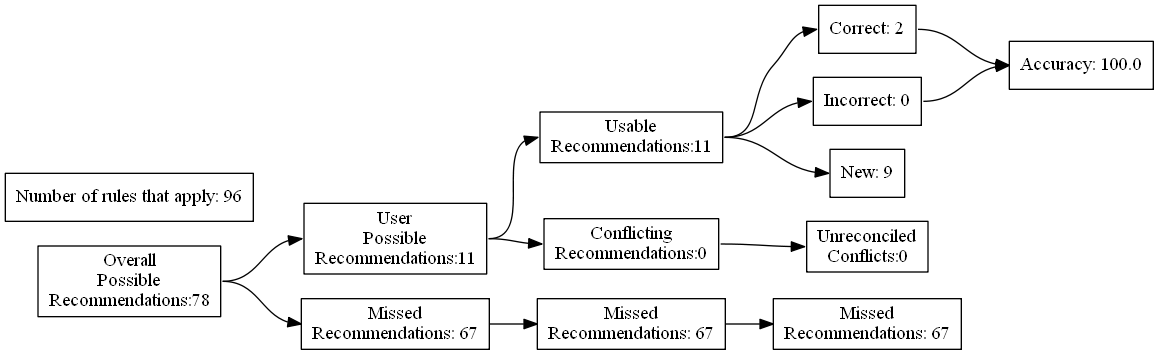
Earlier version of the Graphviz export test_renders/30.gv.png (ZaxR/ibd_diet_analysis). Its source is kept beside it as test_renders/30.gv.
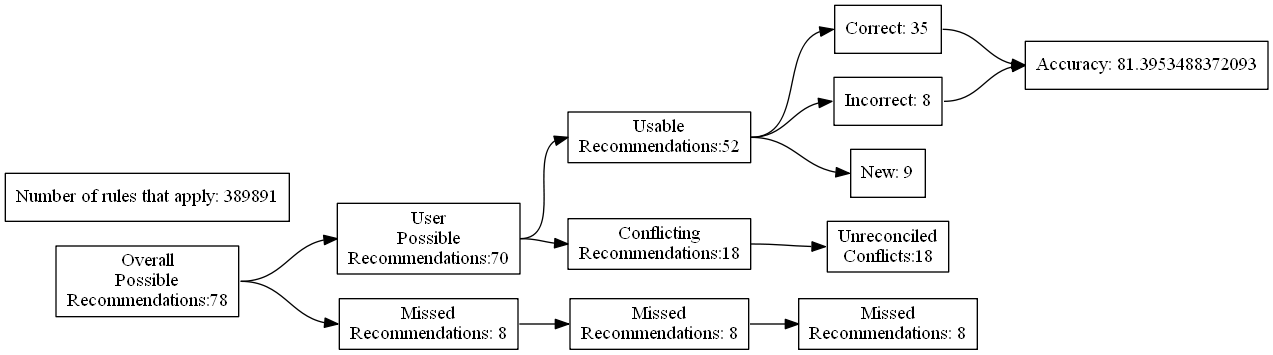
The same diagram one commit later.

What changed in the source:
```diff
@@ -7,24 +7,24 @@
 Recommendations:78"]
 		B [label="User
 Possible
-Recommendations:11"]
+Recommendations:70"]
 		C [label="Missed
-Recommendations: 67"]
+Recommendations: 8"]
 		D [label="Usable
-Recommendations:11"]
+Recommendations:52"]
 		E [label="Conflicting
-Recommendations:0"]
+Recommendations:18"]
 		J [label="Missed
-Recommendations: 67"]
+Recommendations: 8"]
 		M [label="Unreconciled
-Conflicts:0"]
-		F [label="Correct: 2"]
-		G [label="Incorrect: 0"]
+Conflicts:18"]
+		F [label="Correct: 35"]
+		G [label="Incorrect: 8"]
 		H [label="New: 9"]
 		K [label="Missed
-Recommendations: 67"]
-		I [label="Accuracy: 100.0"]
-		l [label="Number of rules that apply: 96"]
+Recommendations: 8"]
+		I [label="Accuracy: 81.3953488372093"]
+		l [label="Number of rules that apply: 389891"]
 			A -> B
 			A -> C
 			B -> D
```
